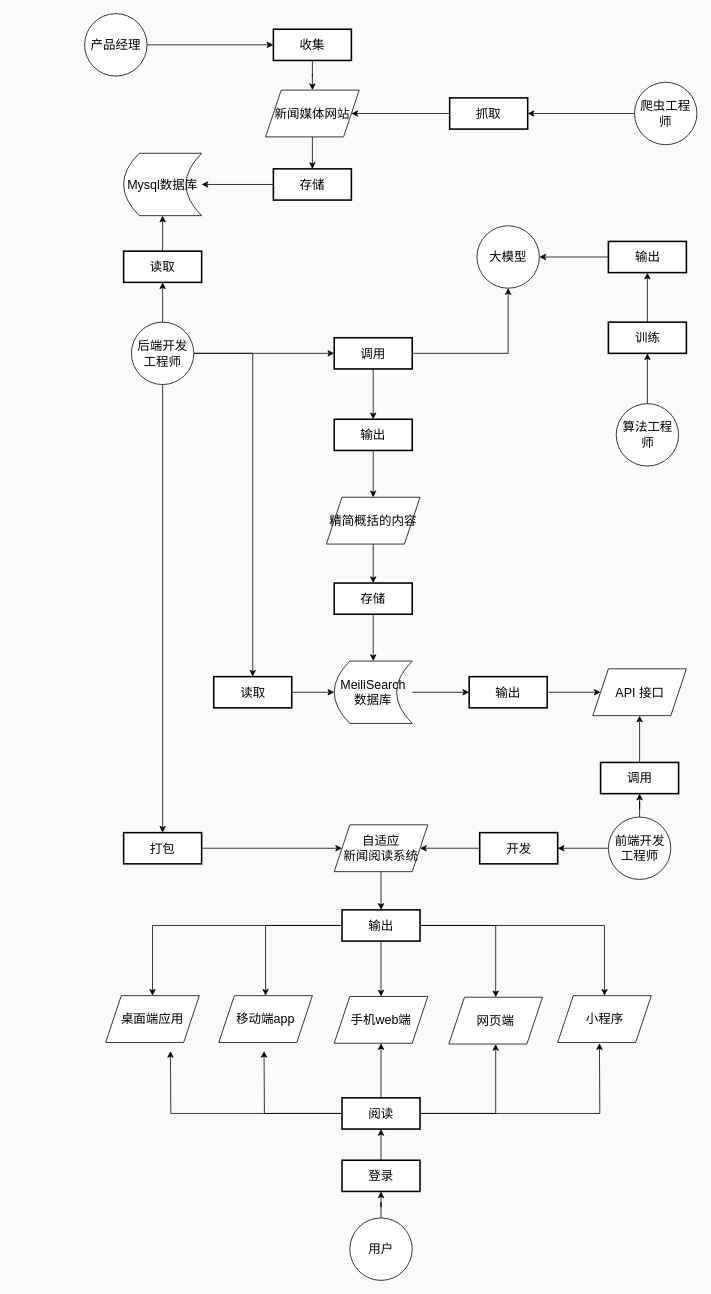
Earlier version of the draw.io diagram draw.io/业务流程图.drawio (lijc210/app_storage). Source tidied: cells renumbered, new cells numbered last; positions are measured from the earlier drawing's top-left corner, leaving out a move shared by most shapes. Both pictures are drawn from the tidied source at 78%, with x=0, y=0 at pixel (84, 13).
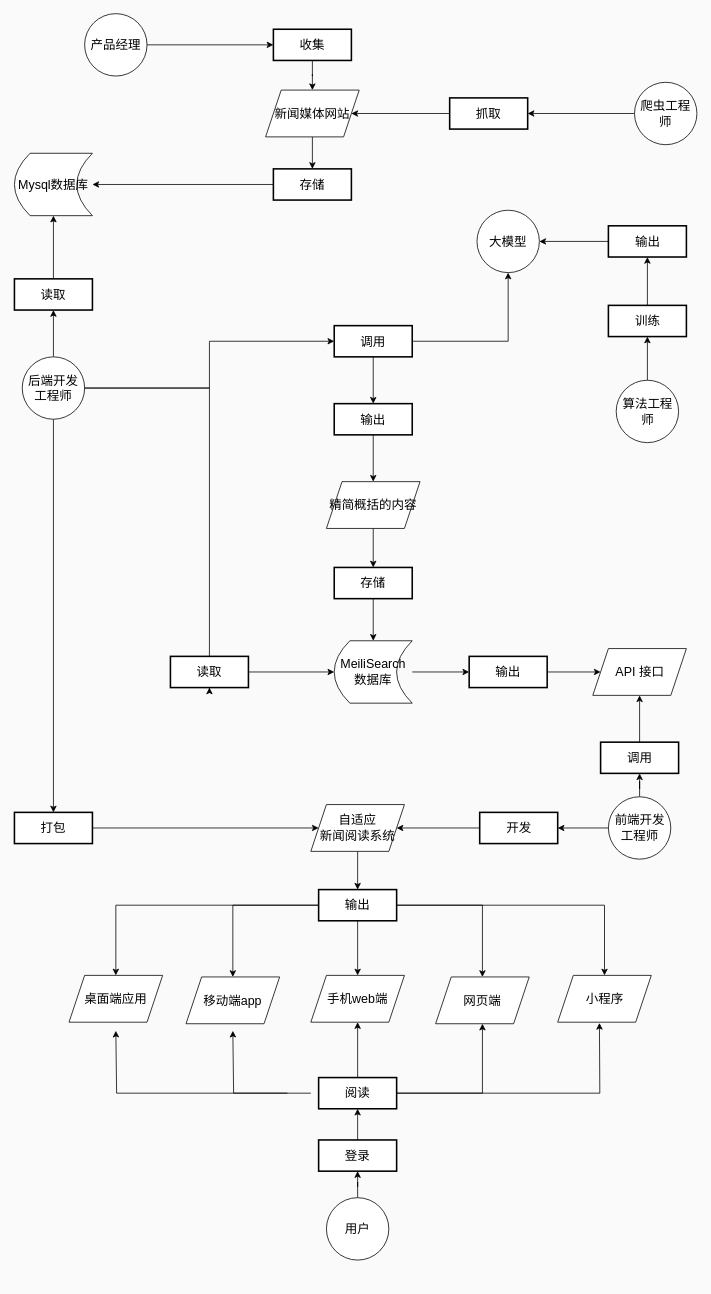
The same diagram, later.

Commit message (it also covers changes not shown here):
更新业务流程图.drawio

Diff of the diagram source:
```diff
@@
     <mxCell id="3" value="输出" style="whiteSpace=wrap;strokeWidth=2;fontSize=16;" parent="1" vertex="1">
-      <mxGeometry x="671.5" y="292" width="100" height="40" as="geometry" />
+      <mxGeometry x="671.5" y="272" width="100" height="40" as="geometry" />
     </mxCell>
@@
     <mxCell id="16" value="Mysql数据库" style="shape=dataStorage;whiteSpace=wrap;html=1;fixedSize=1;fontSize=16;" parent="1" vertex="1">
-      <mxGeometry x="50" y="179" width="100" height="80" as="geometry" />
+      <mxGeometry x="-90" y="179" width="100" height="80" as="geometry" />
     </mxCell>
@@
     <mxCell id="19" style="edgeStyle=orthogonalEdgeStyle;rounded=0;jettySize=auto;html=1;fontSize=16;" parent="1" edge="1" source="21" target="39">
-      <mxGeometry relative="1" as="geometry" />
+      <mxGeometry relative="1" as="geometry">
+        <Array as="points">
+          <mxPoint x="160" y="480" />
+          <mxPoint x="160" y="870" />
+        </Array>
+      </mxGeometry>
     </mxCell>
@@
     <mxCell id="21" value="后端开发工程师" style="ellipse;whiteSpace=wrap;html=1;fontSize=16;" parent="1" vertex="1">
-      <mxGeometry x="60" y="395.5" width="80" height="80" as="geometry" />
+      <mxGeometry x="-80" y="440" width="80" height="80" as="geometry" />
     </mxCell>
@@
     <mxCell id="23" value="读取" style="whiteSpace=wrap;strokeWidth=2;fontSize=16;" parent="1" vertex="1">
-      <mxGeometry x="50" y="304.5" width="100" height="40" as="geometry" />
+      <mxGeometry x="-90" y="340" width="100" height="40" as="geometry" />
     </mxCell>
@@
     <mxCell id="26" value="调用" style="whiteSpace=wrap;strokeWidth=2;fontSize=16;" parent="1" vertex="1">
-      <mxGeometry x="320" y="415.5" width="100" height="40" as="geometry" />
+      <mxGeometry x="320" y="400" width="100" height="40" as="geometry" />
     </mxCell>
     <mxCell id="27" value="大模型" style="ellipse;whiteSpace=wrap;html=1;fontSize=16;" parent="1" vertex="1">
-      <mxGeometry x="503" y="272" width="80" height="80" as="geometry" />
+      <mxGeometry x="503" y="252" width="80" height="80" as="geometry" />
     </mxCell>
@@
     <mxCell id="29" value="算法工程师" style="ellipse;whiteSpace=wrap;html=1;fontSize=16;" parent="1" vertex="1">
-      <mxGeometry x="681.5" y="500" width="80" height="80" as="geometry" />
+      <mxGeometry x="681.5" y="470" width="80" height="80" as="geometry" />
     </mxCell>
@@
     <mxCell id="31" value="训练" style="whiteSpace=wrap;strokeWidth=2;fontSize=16;" parent="1" vertex="1">
-      <mxGeometry x="671.5" y="395.5" width="100" height="40" as="geometry" />
+      <mxGeometry x="671.5" y="374" width="100" height="40" as="geometry" />
     </mxCell>
@@
     <mxCell id="33" value="精简概括的内容" style="shape=parallelogram;perimeter=parallelogramPerimeter;whiteSpace=wrap;html=1;fixedSize=1;fontSize=16;" parent="1" vertex="1">
-      <mxGeometry x="310" y="620" width="120" height="60" as="geometry" />
+      <mxGeometry x="310" y="600" width="120" height="60" as="geometry" />
     </mxCell>
@@
     <mxCell id="35" value="存储" style="whiteSpace=wrap;strokeWidth=2;fontSize=16;" parent="1" vertex="1">
-      <mxGeometry x="320" y="730" width="100" height="40" as="geometry" />
+      <mxGeometry x="320" y="710" width="100" height="40" as="geometry" />
     </mxCell>
@@
     <mxCell id="37" value="MeiliSearch数据库" style="shape=dataStorage;whiteSpace=wrap;html=1;fixedSize=1;fontSize=16;" parent="1" vertex="1">
-      <mxGeometry x="320" y="830" width="100" height="80" as="geometry" />
+      <mxGeometry x="320" y="804" width="100" height="80" as="geometry" />
     </mxCell>
@@
     <mxCell id="39" value="读取" style="whiteSpace=wrap;strokeWidth=2;fontSize=16;" parent="1" vertex="1">
-      <mxGeometry x="165.5" y="850" width="100" height="40" as="geometry" />
+      <mxGeometry x="110" y="824" width="100" height="40" as="geometry" />
     </mxCell>
@@
     <mxCell id="41" value="输出" style="whiteSpace=wrap;strokeWidth=2;fontSize=16;" parent="1" vertex="1">
-      <mxGeometry x="320" y="520" width="100" height="40" as="geometry" />
+      <mxGeometry x="320" y="500" width="100" height="40" as="geometry" />
     </mxCell>
     <mxCell id="42" value="API 接口" style="shape=parallelogram;perimeter=parallelogramPerimeter;whiteSpace=wrap;html=1;fixedSize=1;fontSize=16;" parent="1" vertex="1">
-      <mxGeometry x="651.5" y="840" width="120" height="60" as="geometry" />
+      <mxGeometry x="651.5" y="814" width="120" height="60" as="geometry" />
     </mxCell>
@@
     <mxCell id="45" value="前端开发工程师" style="ellipse;whiteSpace=wrap;html=1;fontSize=16;" parent="1" vertex="1">
-      <mxGeometry x="671.5" y="1030" width="80" height="80" as="geometry" />
+      <mxGeometry x="671.5" y="1004" width="80" height="80" as="geometry" />
     </mxCell>
@@
     <mxCell id="47" value="调用" style="whiteSpace=wrap;strokeWidth=2;fontSize=16;" parent="1" vertex="1">
-      <mxGeometry x="661.5" y="960" width="100" height="40" as="geometry" />
+      <mxGeometry x="661.5" y="934" width="100" height="40" as="geometry" />
     </mxCell>
@@
     <mxCell id="49" value="开发" style="whiteSpace=wrap;strokeWidth=2;fontSize=16;" parent="1" vertex="1">
-      <mxGeometry x="506.5" y="1050" width="100" height="40" as="geometry" />
+      <mxGeometry x="506.5" y="1024" width="100" height="40" as="geometry" />
     </mxCell>
@@
     <mxCell id="51" value="自适应&lt;br style=&quot;font-size: 16px;&quot;&gt;新闻阅读系统" style="shape=parallelogram;perimeter=parallelogramPerimeter;whiteSpace=wrap;html=1;fixedSize=1;fontSize=16;" parent="1" vertex="1">
-      <mxGeometry x="320" y="1040" width="120" height="60" as="geometry" />
+      <mxGeometry x="290" y="1014" width="120" height="60" as="geometry" />
     </mxCell>
@@
     <mxCell id="53" value="打包" style="whiteSpace=wrap;strokeWidth=2;fontSize=16;" parent="1" vertex="1">
-      <mxGeometry x="50" y="1050" width="100" height="40" as="geometry" />
+      <mxGeometry x="-90" y="1024" width="100" height="40" as="geometry" />
     </mxCell>
@@
     <mxCell id="55" value="用户" style="ellipse;whiteSpace=wrap;html=1;fontSize=16;" parent="1" vertex="1">
-      <mxGeometry x="340" y="1544" width="80" height="80" as="geometry" />
+      <mxGeometry x="310" y="1518" width="80" height="80" as="geometry" />
     </mxCell>
@@
     <mxCell id="57" value="登录" style="whiteSpace=wrap;strokeWidth=2;fontSize=16;" parent="1" vertex="1">
-      <mxGeometry x="330" y="1470" width="100" height="40" as="geometry" />
+      <mxGeometry x="300" y="1444" width="100" height="40" as="geometry" />
     </mxCell>
-    <mxCell id="58" style="edgeStyle=orthogonalEdgeStyle;rounded=0;jettySize=auto;html=1;fontSize=16;" parent="1" edge="1" source="61">
+    <mxCell id="58" style="edgeStyle=orthogonalEdgeStyle;rounded=0;orthogonalLoop=1;jettySize=auto;html=1;fontSize=16;" parent="1" edge="1">
       <mxGeometry relative="1" as="geometry">
-        <mxPoint x="110" y="1330" as="targetPoint" />
+        <mxPoint x="260" y="1384" as="sourcePoint" />
+        <mxPoint x="40" y="1304" as="targetPoint" />
+        <Array as="points">
+          <mxPoint x="41" y="1384" />
+        </Array>
       </mxGeometry>
     </mxCell>
     <mxCell id="59" style="edgeStyle=orthogonalEdgeStyle;rounded=0;jettySize=auto;html=1;fontSize=16;" parent="1" edge="1" source="61">
       <mxGeometry relative="1" as="geometry">
-        <mxPoint x="660" y="1320" as="targetPoint" />
+        <mxPoint x="660" y="1294" as="targetPoint" />
       </mxGeometry>
     </mxCell>
-    <mxCell id="60" style="edgeStyle=orthogonalEdgeStyle;rounded=0;jettySize=auto;html=1;fontSize=16;" parent="1" edge="1" source="61">
+    <mxCell id="60" style="edgeStyle=orthogonalEdgeStyle;rounded=0;orthogonalLoop=1;jettySize=auto;html=1;fontSize=16;" parent="1" edge="1">
       <mxGeometry relative="1" as="geometry">
-        <mxPoint x="230" y="1330" as="targetPoint" />
+        <mxPoint x="290" y="1384" as="sourcePoint" />
+        <mxPoint x="190" y="1304" as="targetPoint" />
+        <Array as="points">
+          <mxPoint x="191" y="1384" />
+        </Array>
       </mxGeometry>
     </mxCell>
     <mxCell id="61" value="阅读" style="whiteSpace=wrap;strokeWidth=2;fontSize=16;" parent="1" vertex="1">
-      <mxGeometry x="330" y="1390" width="100" height="40" as="geometry" />
+      <mxGeometry x="300" y="1364" width="100" height="40" as="geometry" />
     </mxCell>
@@
     <mxCell id="63" value="输出" style="whiteSpace=wrap;strokeWidth=2;fontSize=16;" parent="1" vertex="1">
-      <mxGeometry x="493" y="850" width="100" height="40" as="geometry" />
+      <mxGeometry x="493" y="824" width="100" height="40" as="geometry" />
     </mxCell>
     <mxCell id="64" style="edgeStyle=orthogonalEdgeStyle;rounded=0;jettySize=auto;html=1;fontSize=16;" parent="1" edge="1" source="68" target="69">
-      <mxGeometry relative="1" as="geometry" />
+      <mxGeometry relative="1" as="geometry">
+        <Array as="points">
+          <mxPoint x="40" y="1143" />
+        </Array>
+      </mxGeometry>
     </mxCell>
@@
     <mxCell id="68" value="输出" style="whiteSpace=wrap;strokeWidth=2;fontSize=16;" parent="1" vertex="1">
-      <mxGeometry x="330" y="1149" width="100" height="40" as="geometry" />
+      <mxGeometry x="300" y="1123" width="100" height="40" as="geometry" />
     </mxCell>
     <mxCell id="69" value="桌面端应用" style="shape=parallelogram;perimeter=parallelogramPerimeter;whiteSpace=wrap;html=1;fixedSize=1;fontSize=16;" parent="1" vertex="1">
-      <mxGeometry x="27" y="1259" width="120" height="60" as="geometry" />
+      <mxGeometry x="-20" y="1233" width="120" height="60" as="geometry" />
     </mxCell>
     <mxCell id="70" value="手机web端" style="shape=parallelogram;perimeter=parallelogramPerimeter;whiteSpace=wrap;html=1;fixedSize=1;fontSize=16;" parent="1" vertex="1">
-      <mxGeometry x="320" y="1260" width="120" height="60" as="geometry" />
+      <mxGeometry x="290" y="1233" width="120" height="60" as="geometry" />
     </mxCell>
     <mxCell id="71" value="小程序" style="shape=parallelogram;perimeter=parallelogramPerimeter;whiteSpace=wrap;html=1;fixedSize=1;fontSize=16;" parent="1" vertex="1">
-      <mxGeometry x="606.5" y="1259" width="120" height="60" as="geometry" />
+      <mxGeometry x="606.5" y="1233" width="120" height="60" as="geometry" />
     </mxCell>
     <mxCell id="72" value="网页端" style="shape=parallelogram;perimeter=parallelogramPerimeter;whiteSpace=wrap;html=1;fixedSize=1;fontSize=16;" parent="1" vertex="1">
-      <mxGeometry x="467" y="1261" width="120" height="60" as="geometry" />
+      <mxGeometry x="450" y="1235" width="120" height="60" as="geometry" />
     </mxCell>
@@
     <mxCell id="76" value="移动端app" style="shape=parallelogram;perimeter=parallelogramPerimeter;whiteSpace=wrap;html=1;fixedSize=1;fontSize=16;" parent="1" vertex="1">
-      <mxGeometry x="172" y="1259" width="120" height="60" as="geometry" />
+      <mxGeometry x="130" y="1235" width="120" height="60" as="geometry" />
     </mxCell>
```
